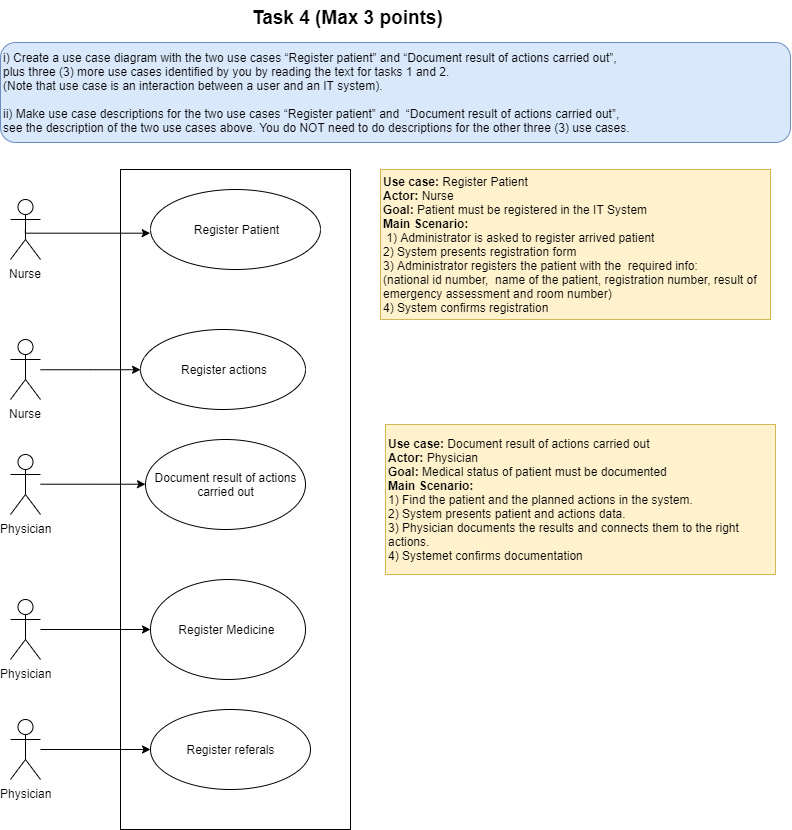
kestersimm/drawio keeps this draw.io diagram as m-t-4.png. Above is the earlier version. Source tidied: cells renumbered, new cells last; positions are measured from the earlier drawing's top-left corner, leaving out a move shared by most shapes.
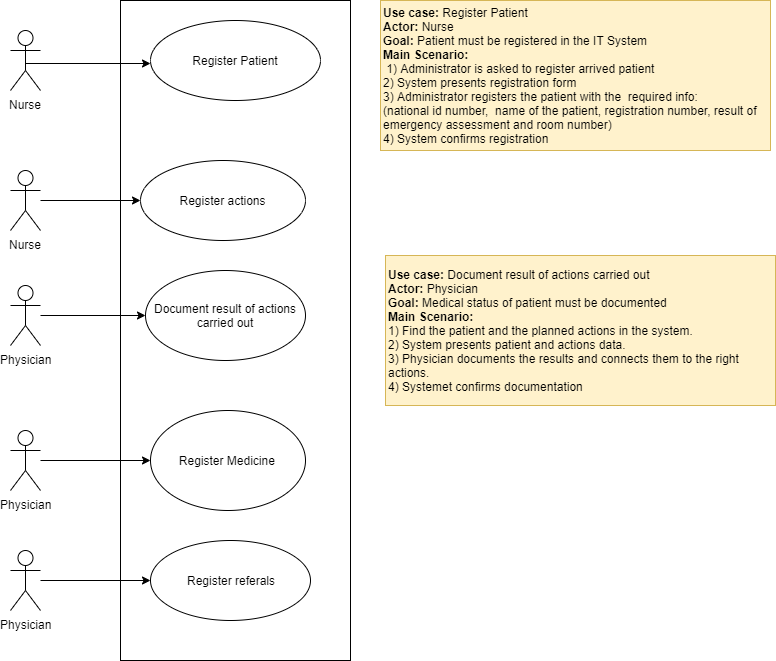
The same file after the commit.

Diff of the diagram source:
```diff
@@ -60,11 +60,5 @@
     <mxCell id="19" value="Register actions" style="ellipse;whiteSpace=wrap;html=1;rounded=0;glass=0;comic=0;" parent="1" vertex="1">
       <mxGeometry x="140" y="329" width="165" height="80" as="geometry" />
     </mxCell>
-    <mxCell id="20" value="&lt;font style=&quot;font-size: 19px&quot;&gt;&lt;b&gt;Task 4 (Max 3 points)&lt;/b&gt;&lt;/font&gt;" style="text;html=1;" parent="1" vertex="1">
-      <mxGeometry x="250" width="140" height="30" as="geometry" />
-    </mxCell>
-    <mxCell id="21" value="i) Create a use case diagram with the two use cases “Register patient” and “Document result of actions carried out”,&amp;nbsp;&lt;br&gt;plus three (3) more use cases identified by you by reading the text for tasks 1 and 2.&amp;nbsp;&lt;br&gt;(Note that use case is an interaction between a user and an IT system).&lt;br&gt;&lt;br&gt;&lt;div&gt;ii) Make use case descriptions for the two use cases “Register patient” and&amp;nbsp;&amp;nbsp;&lt;span&gt;“Document result of actions carried out”,&amp;nbsp;&lt;/span&gt;&lt;/div&gt;&lt;div&gt;see the description of the two use cases above.&amp;nbsp;&lt;span&gt;You do NOT need to do descriptions&amp;nbsp;&lt;/span&gt;&lt;span&gt;for the other three (3) use cases.&lt;/span&gt;&lt;/div&gt;" style="rounded=1;whiteSpace=wrap;html=1;align=left;fillColor=#dae8fc;strokeColor=#6c8ebf;" parent="1" vertex="1">
-      <mxGeometry y="42" width="790" height="100" as="geometry" />
-    </mxCell>
   </root>
 </mxGraphModel>
```
